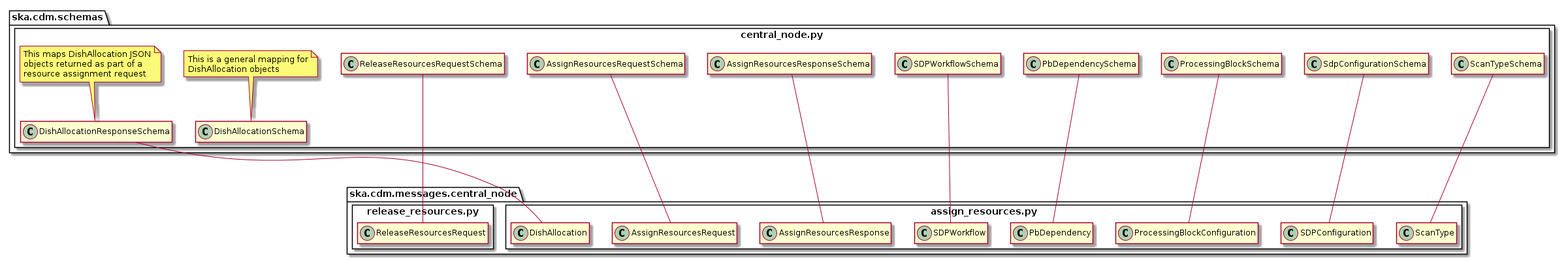
ska-telescope/cdm-shared-library keeps this PlantUML diagram as docs/src/developer/schema_cn.png. Above is the earlier version.
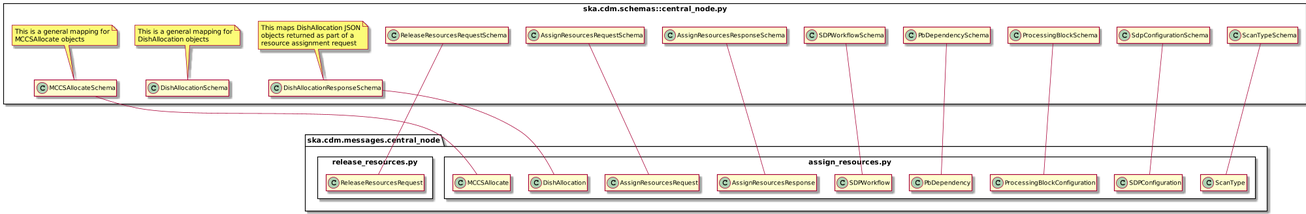
Above is the later version.

Change to the diagram source:
```diff
@@ -1,4 +1,5 @@
 @startuml
+scale 2000 width
 !pragma useNewPackage
 hide empty members
 
@@ -12,6 +13,11 @@
         class PbDependencySchema
         class ProcessingBlockSchema
         class SdpConfigurationSchema
+        class MCCSAllocateSchema
+        note top of MCCSAllocateSchema
+            This is a general mapping for
+            MCCSAllocate objects
+        end note
 
 		class DishAllocationSchema
 		note top of DishAllocationSchema
@@ -40,6 +46,7 @@
         class PbDependency
         class ProcessingBlockConfiguration
         class SDPConfiguration
+        class MCCSAllocate
 	}
 
 	package release_resources.py <<Rectangle>> {
@@ -56,7 +63,5 @@
 PbDependencySchema --- PbDependency
 ProcessingBlockSchema --- ProcessingBlockConfiguration
 SdpConfigurationSchema --- SDPConfiguration
-
-
-
+MCCSAllocateSchema --- MCCSAllocate
 @enduml
```
